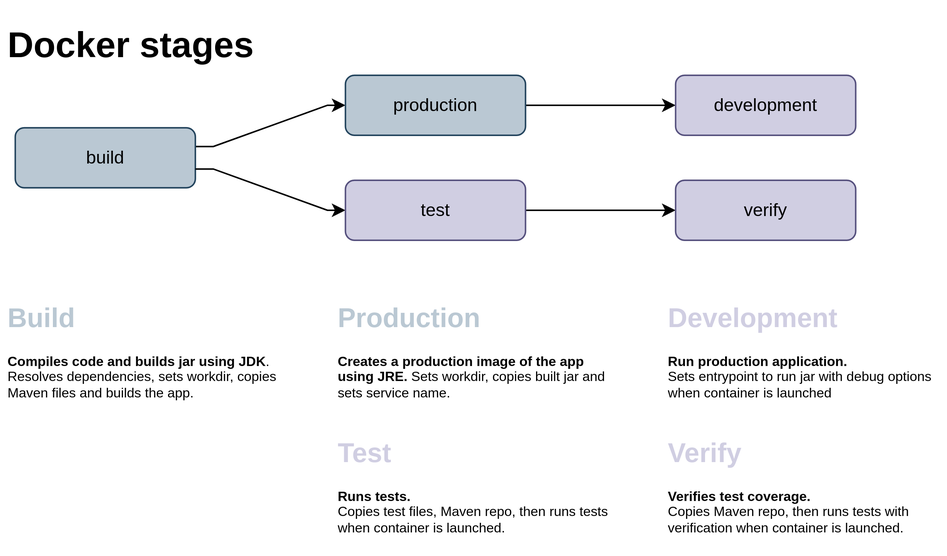
The draw.io diagram doc/docker/docker_stages.svg in CPNV-ES-BI/BI_JAVA_AWS, before a commit. Source tidied: cells renumbered, new cells last; positions are measured from the earlier drawing's top-left corner, leaving out a move shared by most shapes.
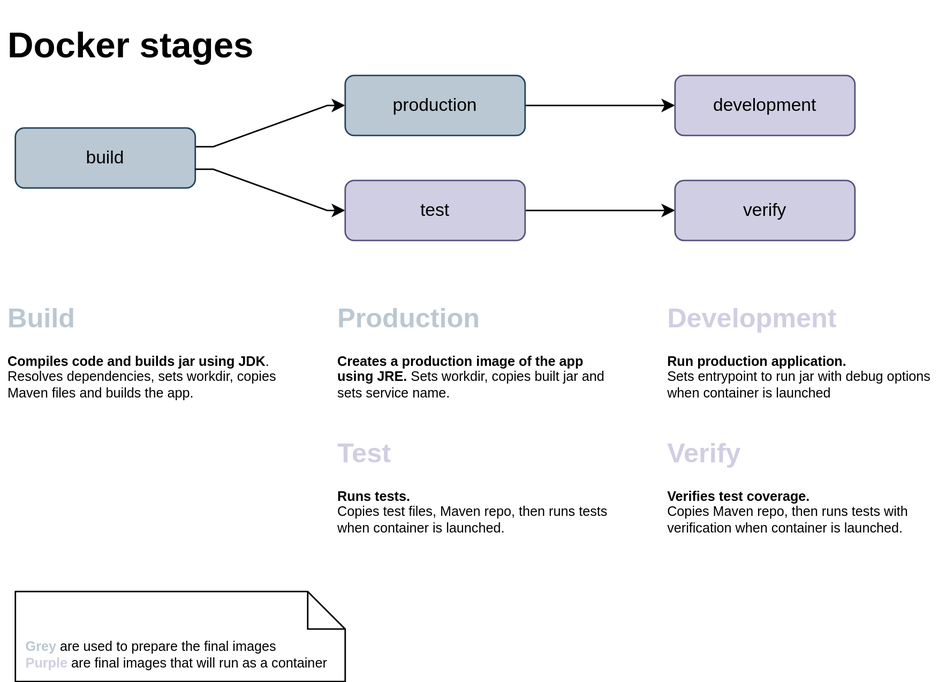
Above is the later version.

Commit message:
Update docker stages diagram

What changed in the source:
```diff
@@ -72,5 +72,8 @@
     <mxCell id="17" value="&lt;h1&gt;&lt;font color=&quot;#d0cee2&quot;&gt;Verify&lt;/font&gt;&lt;/h1&gt;&lt;p&gt;&lt;b&gt;Verifies test coverage.&lt;br&gt;&lt;/b&gt;Copies Maven repo, then runs tests with verification when container is launched.&lt;/p&gt;" style="text;html=1;strokeColor=none;fillColor=none;spacing=5;spacingTop=-20;whiteSpace=wrap;overflow=hidden;rounded=0;fontSize=9;" parent="1" vertex="1">
       <mxGeometry x="440" y="280" width="190" height="70" as="geometry" />
     </mxCell>
+    <mxCell id="18" value="&lt;font color=&quot;#bac8d3&quot;&gt;&lt;b&gt;Grey&lt;/b&gt;&lt;/font&gt;&lt;span style=&quot;color: rgb(0, 0, 0);&quot;&gt;&amp;nbsp;are used to prepare the final images&lt;br&gt;&lt;/span&gt;&lt;font color=&quot;#d0cee2&quot;&gt;&lt;b&gt;Purple&lt;/b&gt;&lt;/font&gt;&lt;span style=&quot;color: rgb(0, 0, 0);&quot;&gt;&amp;nbsp;&lt;/span&gt;&lt;font color=&quot;#000000&quot;&gt;are final images that will run as a container&lt;/font&gt;" style="shape=note2;boundedLbl=1;whiteSpace=wrap;html=1;size=25;verticalAlign=top;align=left;fontSize=9;fontColor=#D0CEE2;spacingLeft=5;" parent="1" vertex="1">
+      <mxGeometry x="10" y="384" width="220" height="60" as="geometry" />
+    </mxCell>
   </root>
 </mxGraphModel>
```
